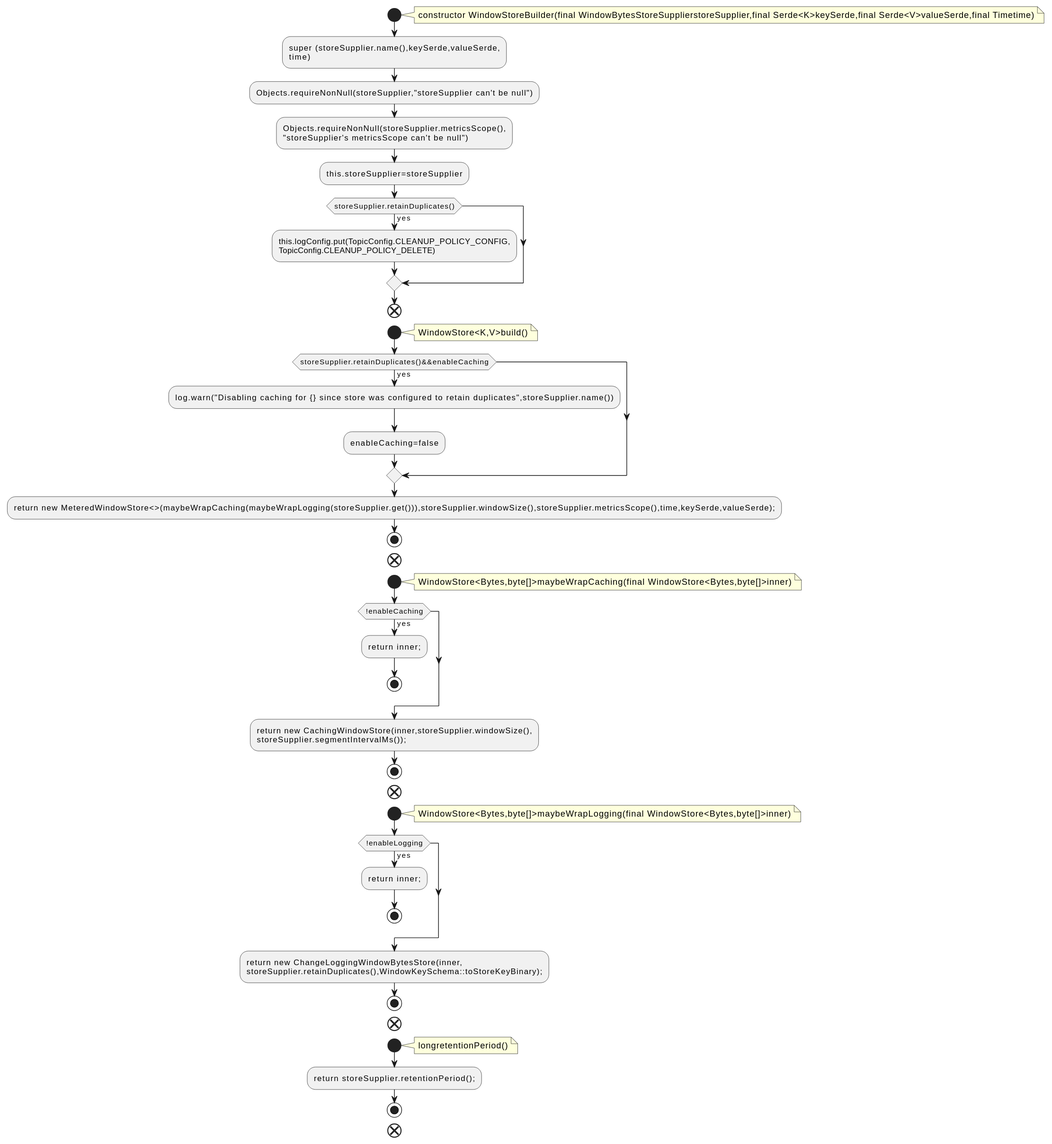
Before: docs/qc/streams/src/main/java/org/apache/kafka/streams/state/internals/WindowStoreBuilder.java.fct.svg, a diagram exported from PlantUML (qualitesys/kafka).
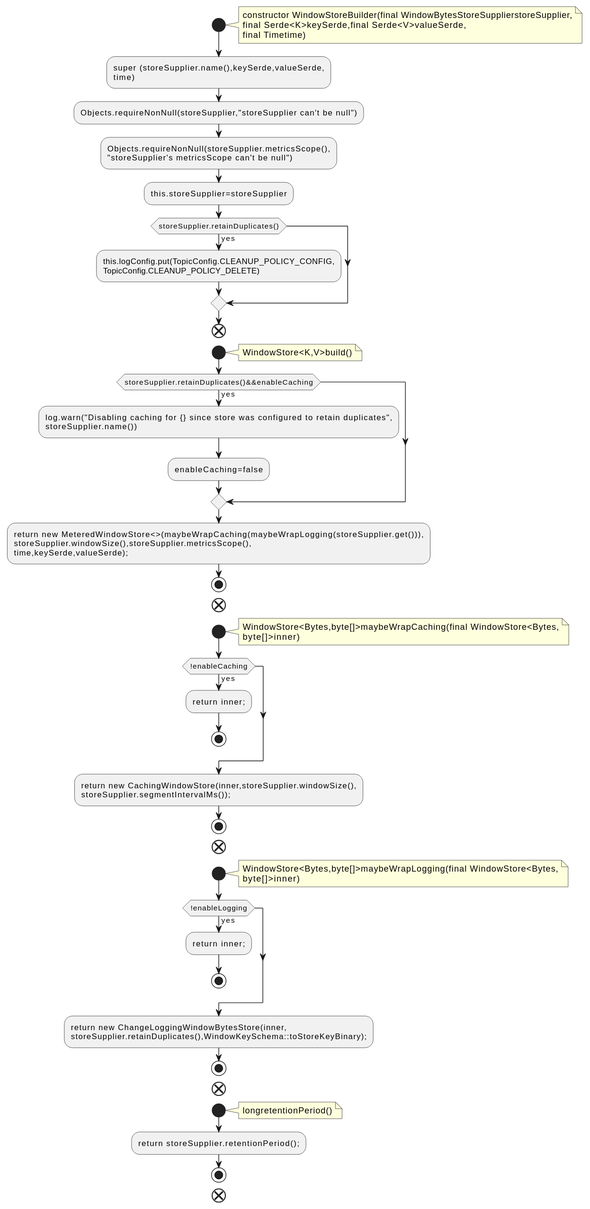
After the commit.

The edit, as a diff of the source:
```diff
@@ -2,7 +2,9 @@
 !pragma layout smetana
 start
 note right
-constructor WindowStoreBuilder(final WindowBytesStoreSupplierstoreSupplier,final Serde<K>keySerde,final Serde<V>valueSerde,final Timetime)
+constructor WindowStoreBuilder(final WindowBytesStoreSupplierstoreSupplier,
+final Serde<K>keySerde,final Serde<V>valueSerde,
+final Timetime)
 end note
 :super (storeSupplier.name(),keySerde,valueSerde,
 time);
@@ -20,15 +22,19 @@
 WindowStore<K,V>build()
 end note
 if (storeSupplier.retainDuplicates()&&enableCaching) then (yes)
-:log.warn("Disabling caching for {} since store was configured to retain duplicates",storeSupplier.name());
+:log.warn("Disabling caching for {} since store was configured to retain duplicates",
+storeSupplier.name());
 :enableCaching=false;
 endif
-:return new MeteredWindowStore<>(maybeWrapCaching(maybeWrapLogging(storeSupplier.get())),storeSupplier.windowSize(),storeSupplier.metricsScope(),time,keySerde,valueSerde);;
+:return new MeteredWindowStore<>(maybeWrapCaching(maybeWrapLogging(storeSupplier.get())),
+storeSupplier.windowSize(),storeSupplier.metricsScope(),
+time,keySerde,valueSerde);;
 stop
 end
 start
 note right
-WindowStore<Bytes,byte[]>maybeWrapCaching(final WindowStore<Bytes,byte[]>inner)
+WindowStore<Bytes,byte[]>maybeWrapCaching(final WindowStore<Bytes,
+byte[]>inner)
 end note
 if (!enableCaching) then (yes)
 :return inner;;
@@ -40,7 +46,8 @@
 end
 start
 note right
-WindowStore<Bytes,byte[]>maybeWrapLogging(final WindowStore<Bytes,byte[]>inner)
+WindowStore<Bytes,byte[]>maybeWrapLogging(final WindowStore<Bytes,
+byte[]>inner)
 end note
 if (!enableLogging) then (yes)
 :return inner;;
```
